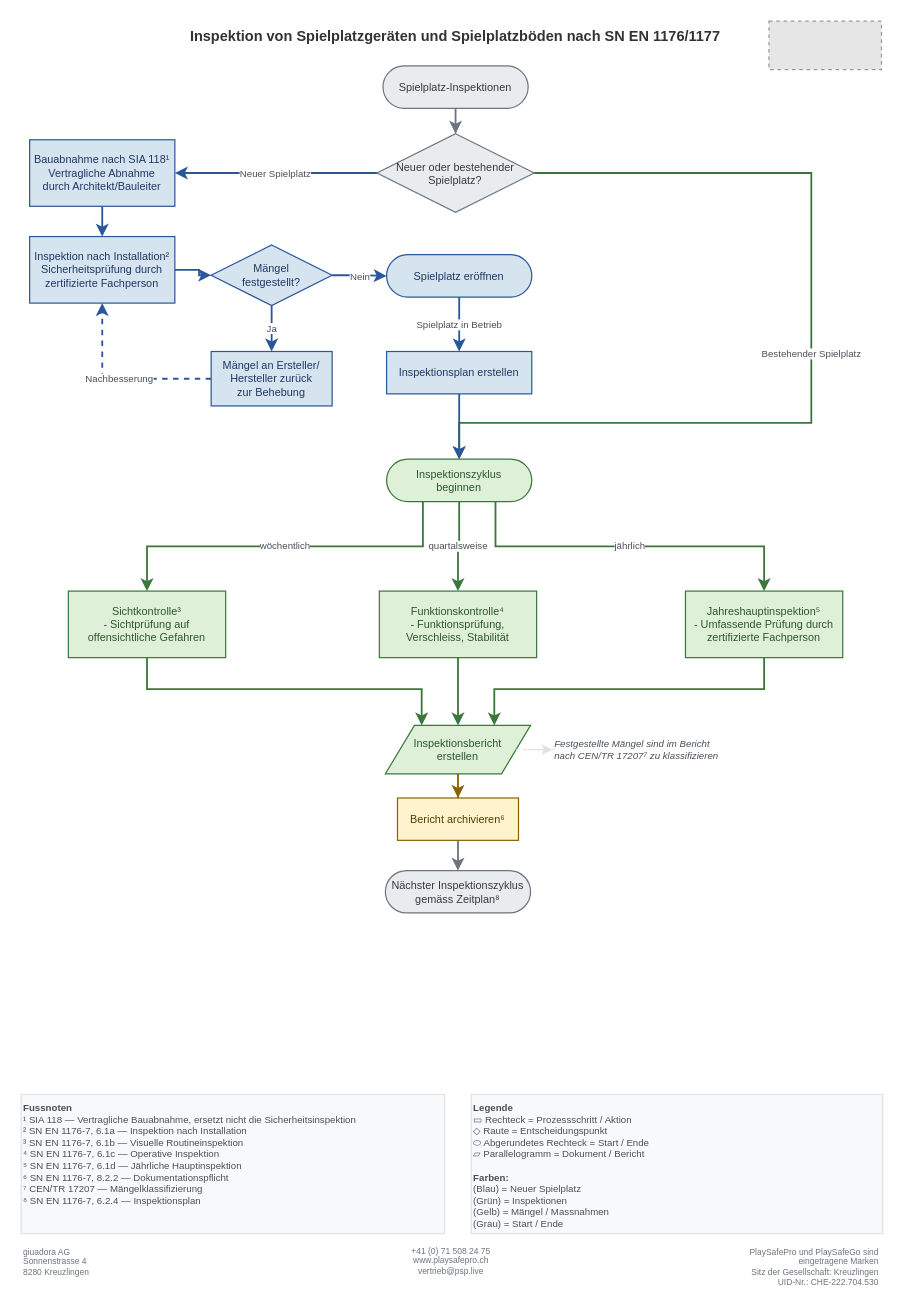
The draw.io diagram Inspektion-von-Spielplatzgeraeten-und-Spielplatzboeden/Spielplatzinspektionen.drawio in giuadora/ch.playsafepro.flowcharts, before the edit. Source tidied: cells renumbered, new cells numbered last; positions are measured from the earlier drawing's top-left corner, leaving out a move shared by most shapes. Both pictures are drawn from the tidied source at 121%, with x=0, y=0 at pixel (21, 21). Pictures stored in the file or linked from it are replaced by grey dashed boxes.
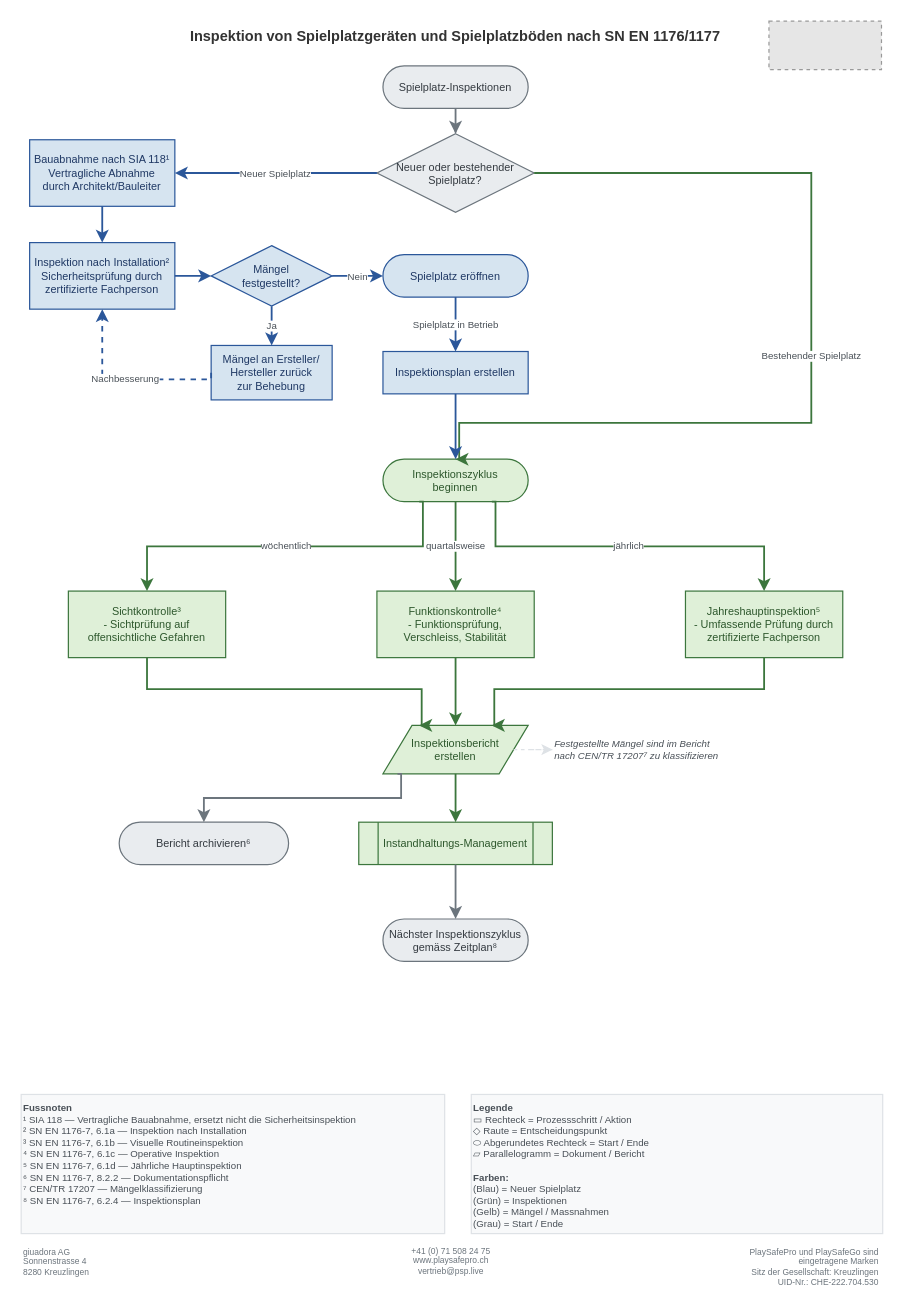
The same page after the edit.

Commit message (it also covers changes not shown here):
feat(06): add Instandhaltungs-Management subprocess, restyle Bericht archivieren as end state

- Add IHM subprocess node (green, double-border) below Inspektionsbericht
- Move Bericht archivieren to the left as gray rounded end state
- Reroute edges: E04 splits to P01 (left) and IHM (center), IHM leads to END
- Shift END down to y=780 for spacing

The edit, as a diff of the source:
```diff
@@
     <mxCell id="10" value="Inspektion nach Installation²&lt;br&gt;Sicherheitsprüfung durch&lt;br&gt;zertifizierte Fachperson" style="rounded=0;whiteSpace=wrap;html=1;fillColor=#D6E4F0;strokeColor=#2B579A;fontColor=#1F3864;fontSize=9;fontFamily=Helvetica;align=center;" parent="1" vertex="1">
-      <mxGeometry x="7" y="178" width="120" height="55" as="geometry" />
+      <mxGeometry x="7" y="183" width="120" height="55" as="geometry" />
     </mxCell>
     <mxCell id="11" value="Mängel&lt;br&gt;festgestellt?" style="rhombus;whiteSpace=wrap;html=1;fillColor=#D6E4F0;strokeColor=#2B579A;fontColor=#1F3864;fontSize=9;fontFamily=Helvetica;" parent="1" vertex="1">
-      <mxGeometry x="157" y="185" width="100" height="50" as="geometry" />
+      <mxGeometry x="157" y="185.5" width="100" height="50" as="geometry" />
     </mxCell>
     <mxCell id="12" value="Mängel an Ersteller/&lt;br&gt;Hersteller zurück&lt;br&gt;zur Behebung" style="rounded=0;whiteSpace=wrap;html=1;fillColor=#D6E4F0;strokeColor=#2B579A;fontColor=#1F3864;fontSize=9;fontFamily=Helvetica;align=center;" parent="1" vertex="1">
-      <mxGeometry x="157" y="273" width="100" height="45" as="geometry" />
+      <mxGeometry x="157" y="268" width="100" height="45" as="geometry" />
     </mxCell>
     <mxCell id="13" value="Spielplatz eröffnen" style="rounded=1;whiteSpace=wrap;html=1;fillColor=#D6E4F0;strokeColor=#2B579A;fontColor=#1F3864;fontSize=9;fontFamily=Helvetica;arcSize=50;" parent="1" vertex="1">
-      <mxGeometry x="302" y="193" width="120" height="35" as="geometry" />
+      <mxGeometry x="299" y="193" width="120" height="35" as="geometry" />
     </mxCell>
     <mxCell id="14" value="Inspektionsplan erstellen" style="rounded=0;whiteSpace=wrap;html=1;fillColor=#D6E4F0;strokeColor=#2B579A;fontColor=#1F3864;fontSize=9;fontFamily=Helvetica;align=center;" parent="1" vertex="1">
-      <mxGeometry x="302" y="273" width="120" height="35" as="geometry" />
+      <mxGeometry x="299" y="273" width="120" height="35" as="geometry" />
     </mxCell>
     <mxCell id="15" value="Inspektionszyklus&lt;br&gt;beginnen" style="rounded=1;whiteSpace=wrap;html=1;fillColor=#DFF0D8;strokeColor=#3C763D;fontColor=#2D572C;fontSize=9;fontFamily=Helvetica;arcSize=50;" parent="1" vertex="1">
-      <mxGeometry x="302" y="362" width="120" height="35" as="geometry" />
+      <mxGeometry x="299" y="362" width="120" height="35" as="geometry" />
     </mxCell>
@@
     <mxCell id="17" value="Funktionskontrolle⁴&lt;br&gt;- Funktionsprüfung,&lt;br&gt;Verschleiss, Stabilität" style="rounded=0;whiteSpace=wrap;html=1;fillColor=#DFF0D8;strokeColor=#3C763D;fontColor=#2D572C;fontSize=9;fontFamily=Helvetica;align=center;" parent="1" vertex="1">
-      <mxGeometry x="296" y="471" width="130" height="55" as="geometry" />
+      <mxGeometry x="294" y="471" width="130" height="55" as="geometry" />
     </mxCell>
@@
     <mxCell id="19" value="Inspektionsbericht&lt;br&gt;erstellen" style="shape=parallelogram;perimeter=parallelogramPerimeter;whiteSpace=wrap;html=1;fillColor=#DFF0D8;strokeColor=#3C763D;fontColor=#2D572C;fontSize=9;fontFamily=Helvetica;align=center;" parent="1" vertex="1">
-      <mxGeometry x="301" y="582" width="120" height="40" as="geometry" />
+      <mxGeometry x="299" y="582" width="120" height="40" as="geometry" />
     </mxCell>
@@
-    <mxCell id="21" value="Bericht archivieren⁶" style="rounded=0;whiteSpace=wrap;html=1;fillColor=#FFF3CD;strokeColor=#856404;fontColor=#533F03;fontSize=9;fontFamily=Helvetica;align=center;" parent="1" vertex="1">
-      <mxGeometry x="311" y="642" width="100" height="35" as="geometry" />
+    <mxCell id="21" value="Bericht archivieren⁶" style="rounded=1;whiteSpace=wrap;html=1;fillColor=#E9ECEF;strokeColor=#6C757D;fontColor=#343A40;fontSize=9;fontFamily=Helvetica;arcSize=50;" parent="1" vertex="1">
+      <mxGeometry x="81" y="662" width="140" height="35" as="geometry" />
     </mxCell>
+    <mxCell id="44" value="Instandhaltungs-Management" style="shape=process;whiteSpace=wrap;html=1;fillColor=#DFF0D8;strokeColor=#3C763D;fontColor=#2D572C;fontSize=9;fontFamily=Helvetica;align=center;" parent="1" vertex="1">
+      <mxGeometry x="279" y="662" width="160" height="35" as="geometry" />
+    </mxCell>
     <mxCell id="22" value="Nächster Inspektionszyklus&lt;br&gt;gemäss Zeitplan⁸" style="rounded=1;whiteSpace=wrap;html=1;fillColor=#E9ECEF;strokeColor=#6C757D;fontColor=#343A40;fontSize=9;fontFamily=Helvetica;arcSize=50;" parent="1" vertex="1">
-      <mxGeometry x="301" y="702" width="120" height="35" as="geometry" />
+      <mxGeometry x="299" y="742" width="120" height="35" as="geometry" />
     </mxCell>
@@
-    <mxCell id="41" style="edgeStyle=orthogonalEdgeStyle;rounded=0;jettySize=auto;html=1;strokeColor=#856404;strokeWidth=1.5;" parent="1" edge="1" source="19" target="21">
-      <mxGeometry relative="1" as="geometry" />
+    <mxCell id="41" style="edgeStyle=orthogonalEdgeStyle;rounded=0;jettySize=auto;html=1;strokeColor=#6C757D;strokeWidth=1.5;exitX=0.1;exitY=1;exitDx=0;exitDy=0;exitPerimeter=0;entryX=0.5;entryY=0;entryDx=0;entryDy=0;" parent="1" edge="1" source="19" target="21">
+      <mxGeometry relative="1" as="geometry">
+        <Array as="points">
+          <mxPoint x="314" y="642" />
+          <mxPoint x="151" y="642" />
+        </Array>
+      </mxGeometry>
     </mxCell>
+    <mxCell id="45" style="edgeStyle=orthogonalEdgeStyle;rounded=0;jettySize=auto;html=1;strokeColor=#3C763D;strokeWidth=1.5;" parent="1" edge="1" source="19" target="44">
+      <mxGeometry relative="1" as="geometry" />
+    </mxCell>
-    <mxCell id="42" style="edgeStyle=orthogonalEdgeStyle;rounded=0;jettySize=auto;html=1;strokeColor=#6C757D;strokeWidth=1.5;" parent="1" edge="1" source="21" target="22">
+    <mxCell id="42" style="edgeStyle=orthogonalEdgeStyle;rounded=0;jettySize=auto;html=1;strokeColor=#6C757D;strokeWidth=1.5;" parent="1" edge="1" source="44" target="22">
       <mxGeometry relative="1" as="geometry" />
     </mxCell>
```
